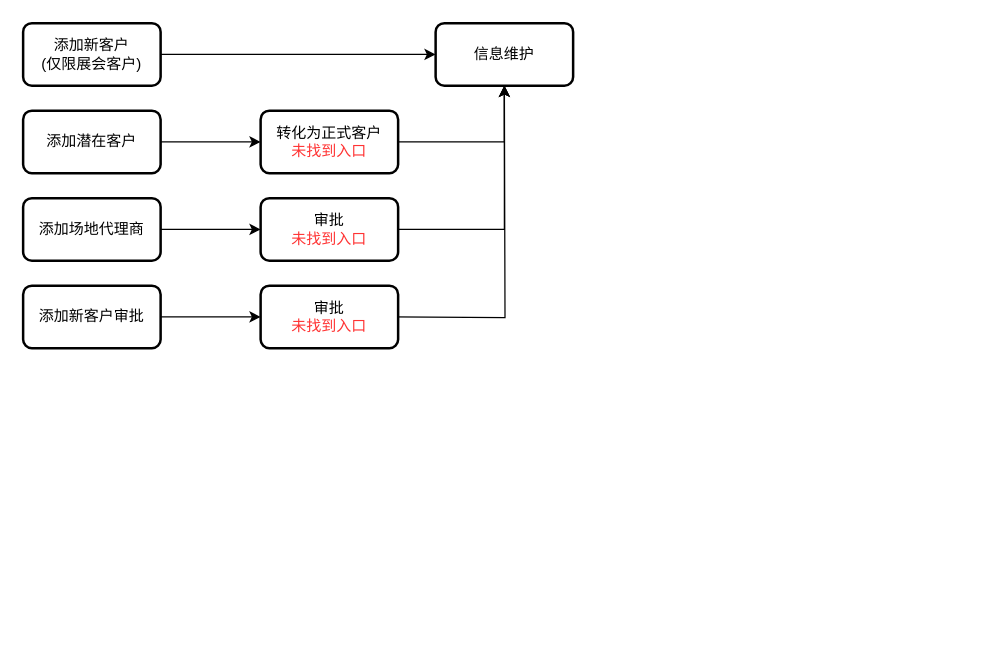
russell7/draw.io keeps this draw.io diagram as elc/poly.drawio. Above is the earlier version. Source tidied: cells renumbered, new cells numbered last; positions are measured from the earlier drawing's top-left corner, leaving out a move shared by most shapes. Both pictures are drawn from the tidied source at 125%, with x=0, y=0 at pixel (22, 22).
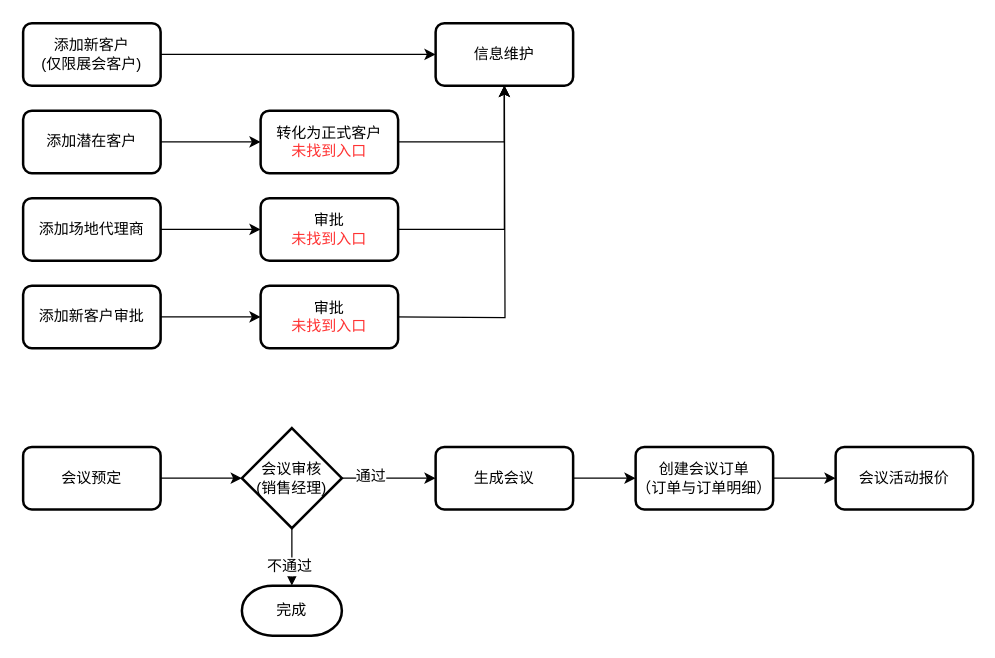
The same diagram, later.

Change to the diagram source:
```diff
@@
+    <mxCell id="17" style="edgeStyle=orthogonalEdgeStyle;rounded=0;jettySize=auto;html=1;entryX=0;entryY=0.5;entryDx=0;entryDy=0;entryPerimeter=0;" parent="1" edge="1" source="18" target="28">
+      <mxGeometry relative="1" as="geometry" />
+    </mxCell>
+    <mxCell id="18" value="会议预定" style="rounded=1;whiteSpace=wrap;html=1;absoluteArcSize=1;arcSize=14;strokeWidth=2;" parent="1" vertex="1">
+      <mxGeometry y="339" width="110" height="50" as="geometry" />
+    </mxCell>
+    <mxCell id="19" style="edgeStyle=orthogonalEdgeStyle;rounded=0;jettySize=auto;html=1;" parent="1" edge="1" source="20" target="22">
+      <mxGeometry relative="1" as="geometry" />
+    </mxCell>
+    <mxCell id="20" value="生成会议" style="rounded=1;whiteSpace=wrap;html=1;absoluteArcSize=1;arcSize=14;strokeWidth=2;" parent="1" vertex="1">
+      <mxGeometry x="330" y="339" width="110" height="50" as="geometry" />
+    </mxCell>
+    <mxCell id="21" style="edgeStyle=orthogonalEdgeStyle;rounded=0;jettySize=auto;html=1;" parent="1" edge="1" source="22" target="23">
+      <mxGeometry relative="1" as="geometry" />
+    </mxCell>
+    <mxCell id="22" value="创建会议订单&lt;br&gt;（订单与订单明细）" style="rounded=1;whiteSpace=wrap;html=1;absoluteArcSize=1;arcSize=14;strokeWidth=2;" parent="1" vertex="1">
+      <mxGeometry x="490" y="339" width="110" height="50" as="geometry" />
+    </mxCell>
+    <mxCell id="23" value="会议活动报价" style="rounded=1;whiteSpace=wrap;html=1;absoluteArcSize=1;arcSize=14;strokeWidth=2;" parent="1" vertex="1">
+      <mxGeometry x="650" y="339" width="110" height="50" as="geometry" />
+    </mxCell>
+    <mxCell id="24" style="edgeStyle=orthogonalEdgeStyle;rounded=0;jettySize=auto;html=1;entryX=0.5;entryY=0;entryDx=0;entryDy=0;entryPerimeter=0;" parent="1" edge="1" source="28" target="29">
+      <mxGeometry relative="1" as="geometry" />
+    </mxCell>
+    <mxCell id="25" value="不通过" style="text;html=1;align=center;verticalAlign=middle;labelBackgroundColor=#ffffff;" parent="24" vertex="1">
+      <mxGeometry x="0.32" y="-3" relative="1" as="geometry" />
+    </mxCell>
+    <mxCell id="26" style="edgeStyle=orthogonalEdgeStyle;rounded=0;jettySize=auto;html=1;entryX=0;entryY=0.5;entryDx=0;entryDy=0;" parent="1" edge="1" source="28" target="20">
+      <mxGeometry relative="1" as="geometry" />
+    </mxCell>
+    <mxCell id="27" value="通过" style="text;html=1;align=center;verticalAlign=middle;labelBackgroundColor=#ffffff;" parent="26" vertex="1">
+      <mxGeometry x="-0.41" y="2" relative="1" as="geometry" />
+    </mxCell>
+    <mxCell id="28" value="&lt;span style=&quot;white-space: normal&quot;&gt;会议审核&lt;/span&gt;&lt;br style=&quot;white-space: normal&quot;&gt;&lt;span style=&quot;white-space: normal&quot;&gt;(销售经理)&lt;/span&gt;" style="strokeWidth=2;html=1;shape=mxgraph.flowchart.decision;whiteSpace=wrap;" parent="1" vertex="1">
+      <mxGeometry x="175" y="324" width="80" height="80" as="geometry" />
+    </mxCell>
+    <mxCell id="29" value="完成" style="strokeWidth=2;html=1;shape=mxgraph.flowchart.terminator;whiteSpace=wrap;" parent="1" vertex="1">
+      <mxGeometry x="175" y="450" width="80" height="40" as="geometry" />
+    </mxCell>
```
